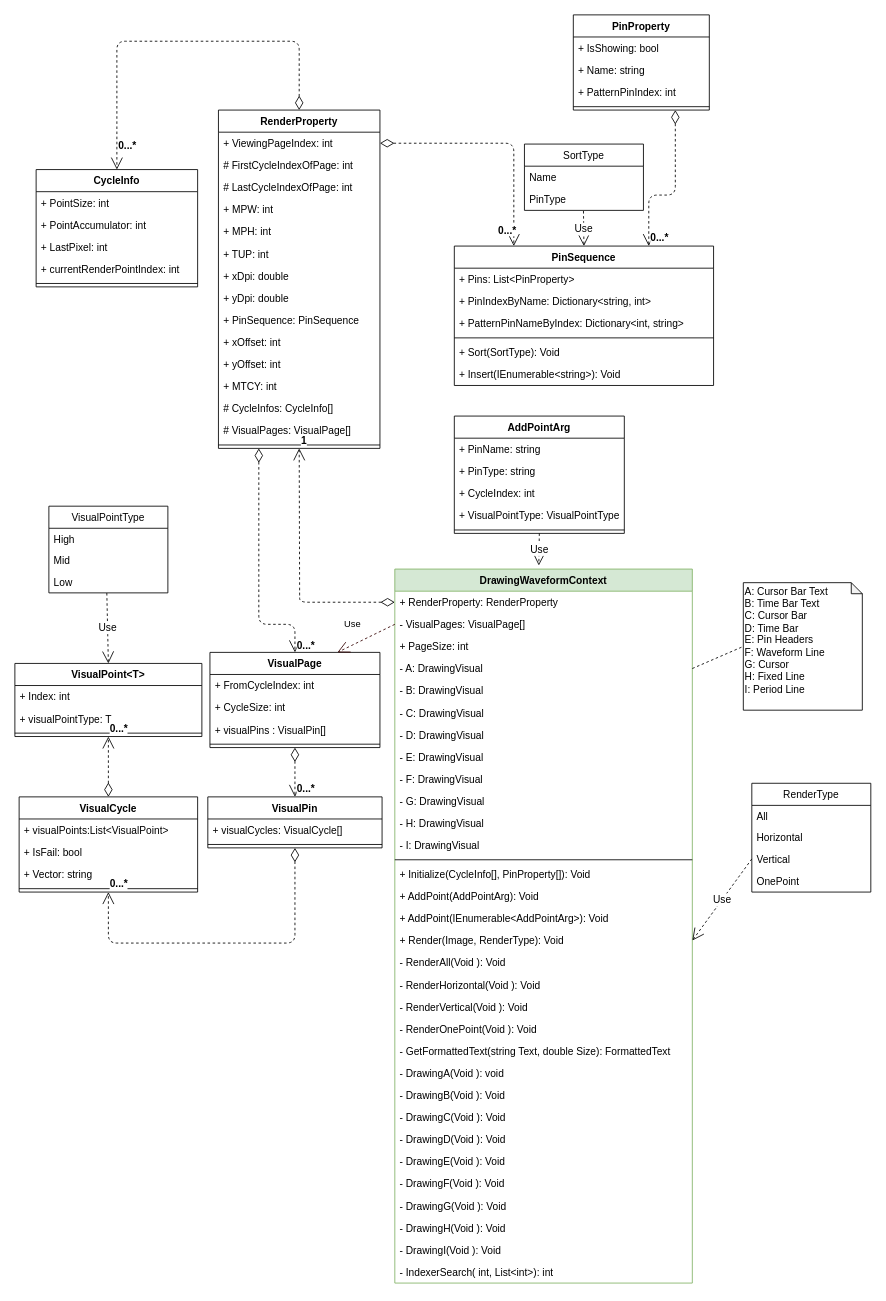
The draw.io diagram page "WF Class Diagram" (3 of 8) of SG9KG5/Waveform.drawio in Jasson-Chou/Software-Projects, before the edit. Source tidied: cells renumbered, new cells numbered last; positions are measured from the earlier drawing's top-left corner, leaving out a move shared by most shapes. Both pictures are drawn from the tidied source at 85%, with x=0, y=0 at pixel (-22, 14).
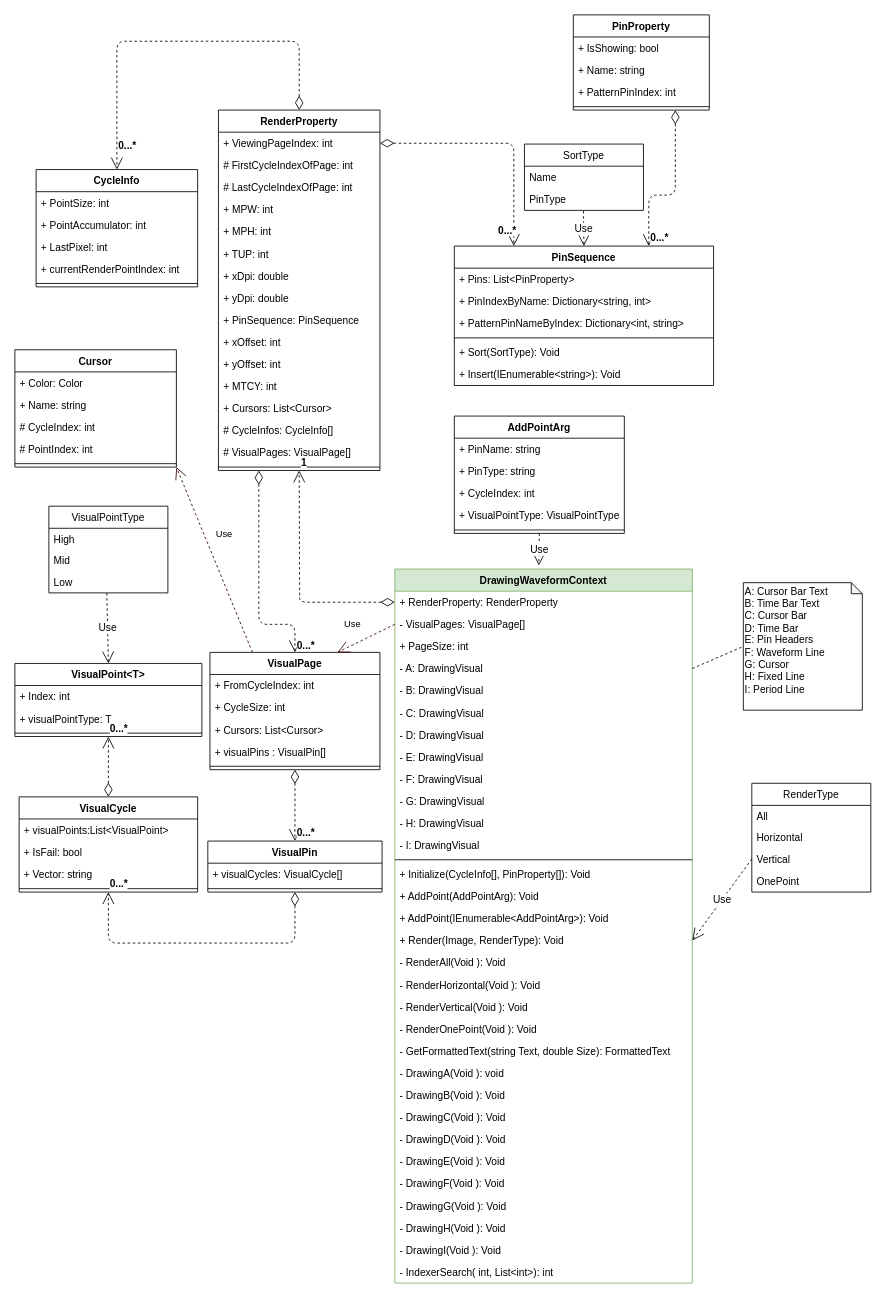
The same page after the edit.

What changed in the source:
```diff
@@
     <mxCell id="35" value="VisualPage" style="swimlane;fontStyle=1;align=center;verticalAlign=top;horizontal=1;startSize=26;" parent="1" vertex="1">
-      <mxGeometry x="272.5" y="750" width="200" height="112" as="geometry" />
+      <mxGeometry x="272.5" y="750" width="200" height="138" as="geometry" />
     </mxCell>
@@
+    <mxCell id="119" value="+ Cursors: List&lt;Cursor&gt;" style="text;strokeColor=none;fillColor=none;align=left;verticalAlign=top;spacingLeft=4;spacingRight=4;overflow=hidden;fontSize=12;" parent="35" vertex="1">
+      <mxGeometry y="78" width="200" height="26" as="geometry" />
+    </mxCell>
     <mxCell id="38" value="+ visualPins : VisualPin[]" style="text;strokeColor=none;fillColor=none;align=left;verticalAlign=top;spacingLeft=4;spacingRight=4;overflow=hidden;" parent="35" vertex="1">
-      <mxGeometry y="78" width="200" height="26" as="geometry" />
+      <mxGeometry y="104" width="200" height="26" as="geometry" />
     </mxCell>
     <mxCell id="39" style="line;strokeWidth=1;fillColor=none;align=left;verticalAlign=middle;spacingTop=-1;spacingLeft=3;spacingRight=3;labelPosition=right;" parent="35" vertex="1">
-      <mxGeometry y="104" width="200" height="8" as="geometry" />
+      <mxGeometry y="130" width="200" height="8" as="geometry" />
     </mxCell>
     <mxCell id="40" value="VisualPin" style="swimlane;fontStyle=1;align=center;verticalAlign=top;horizontal=1;startSize=26;" parent="1" vertex="1">
-      <mxGeometry x="270" y="920" width="205" height="60" as="geometry" />
+      <mxGeometry x="270" y="972" width="205" height="60" as="geometry" />
     </mxCell>
@@
     <mxCell id="58" value="RenderProperty" style="swimlane;fontStyle=1;align=center;verticalAlign=top;horizontal=1;startSize=26;" parent="1" vertex="1">
-      <mxGeometry x="282.5" y="112" width="190" height="398" as="geometry" />
+      <mxGeometry x="282.5" y="112" width="190" height="424" as="geometry" />
     </mxCell>
@@
+    <mxCell id="120" value="+ Cursors: List&lt;Cursor&gt;" style="text;strokeColor=none;fillColor=none;align=left;verticalAlign=top;spacingLeft=4;spacingRight=4;overflow=hidden;fontSize=12;" parent="58" vertex="1">
+      <mxGeometry y="338" width="190" height="26" as="geometry" />
+    </mxCell>
     <mxCell id="71" value="# CycleInfos: CycleInfo[]" style="text;strokeColor=none;fillColor=none;align=left;verticalAlign=top;spacingLeft=4;spacingRight=4;overflow=hidden;fontSize=12;" parent="58" vertex="1">
-      <mxGeometry y="338" width="190" height="26" as="geometry" />
+      <mxGeometry y="364" width="190" height="26" as="geometry" />
     </mxCell>
     <mxCell id="72" value="# VisualPages: VisualPage[]" style="text;strokeColor=none;fillColor=none;align=left;verticalAlign=top;spacingLeft=4;spacingRight=4;overflow=hidden;" parent="58" vertex="1">
-      <mxGeometry y="364" width="190" height="26" as="geometry" />
+      <mxGeometry y="390" width="190" height="26" as="geometry" />
     </mxCell>
     <mxCell id="73" style="line;strokeWidth=1;fillColor=none;align=left;verticalAlign=middle;spacingTop=-1;spacingLeft=3;spacingRight=3;labelPosition=right;" parent="58" vertex="1">
-      <mxGeometry y="390" width="190" height="8" as="geometry" />
+      <mxGeometry y="416" width="190" height="8" as="geometry" />
     </mxCell>
@@
+    <mxCell id="121" value="Cursor" style="swimlane;fontStyle=1;align=center;verticalAlign=top;horizontal=1;startSize=26;" parent="1" vertex="1">
+      <mxGeometry x="43" y="394" width="190" height="138" as="geometry" />
+    </mxCell>
+    <mxCell id="122" value="+ Color: Color" style="text;strokeColor=none;fillColor=none;align=left;verticalAlign=top;spacingLeft=4;spacingRight=4;overflow=hidden;" parent="121" vertex="1">
+      <mxGeometry y="26" width="190" height="26" as="geometry" />
+    </mxCell>
+    <mxCell id="123" value="+ Name: string" style="text;strokeColor=none;fillColor=none;align=left;verticalAlign=top;spacingLeft=4;spacingRight=4;overflow=hidden;" parent="121" vertex="1">
+      <mxGeometry y="52" width="190" height="26" as="geometry" />
+    </mxCell>
+    <mxCell id="124" value="# CycleIndex: int" style="text;strokeColor=none;fillColor=none;align=left;verticalAlign=top;spacingLeft=4;spacingRight=4;overflow=hidden;" parent="121" vertex="1">
+      <mxGeometry y="78" width="190" height="26" as="geometry" />
+    </mxCell>
+    <mxCell id="125" value="# PointIndex: int" style="text;strokeColor=none;fillColor=none;align=left;verticalAlign=top;spacingLeft=4;spacingRight=4;overflow=hidden;" parent="121" vertex="1">
+      <mxGeometry y="104" width="190" height="26" as="geometry" />
+    </mxCell>
+    <mxCell id="126" style="line;strokeWidth=1;fillColor=none;align=left;verticalAlign=middle;spacingTop=-1;spacingLeft=3;spacingRight=3;labelPosition=right;" parent="121" vertex="1">
+      <mxGeometry y="130" width="190" height="8" as="geometry" />
+    </mxCell>
+    <mxCell id="127" value="Use" style="endArrow=open;endSize=12;dashed=1;html=1;strokeColor=#330000;exitX=0.25;exitY=0;exitDx=0;exitDy=0;entryX=1;entryY=1;entryDx=0;entryDy=0;" parent="1" edge="1" source="35" target="121">
+      <mxGeometry x="0.2" y="-22" relative="1" as="geometry" />
+    </mxCell>
```
